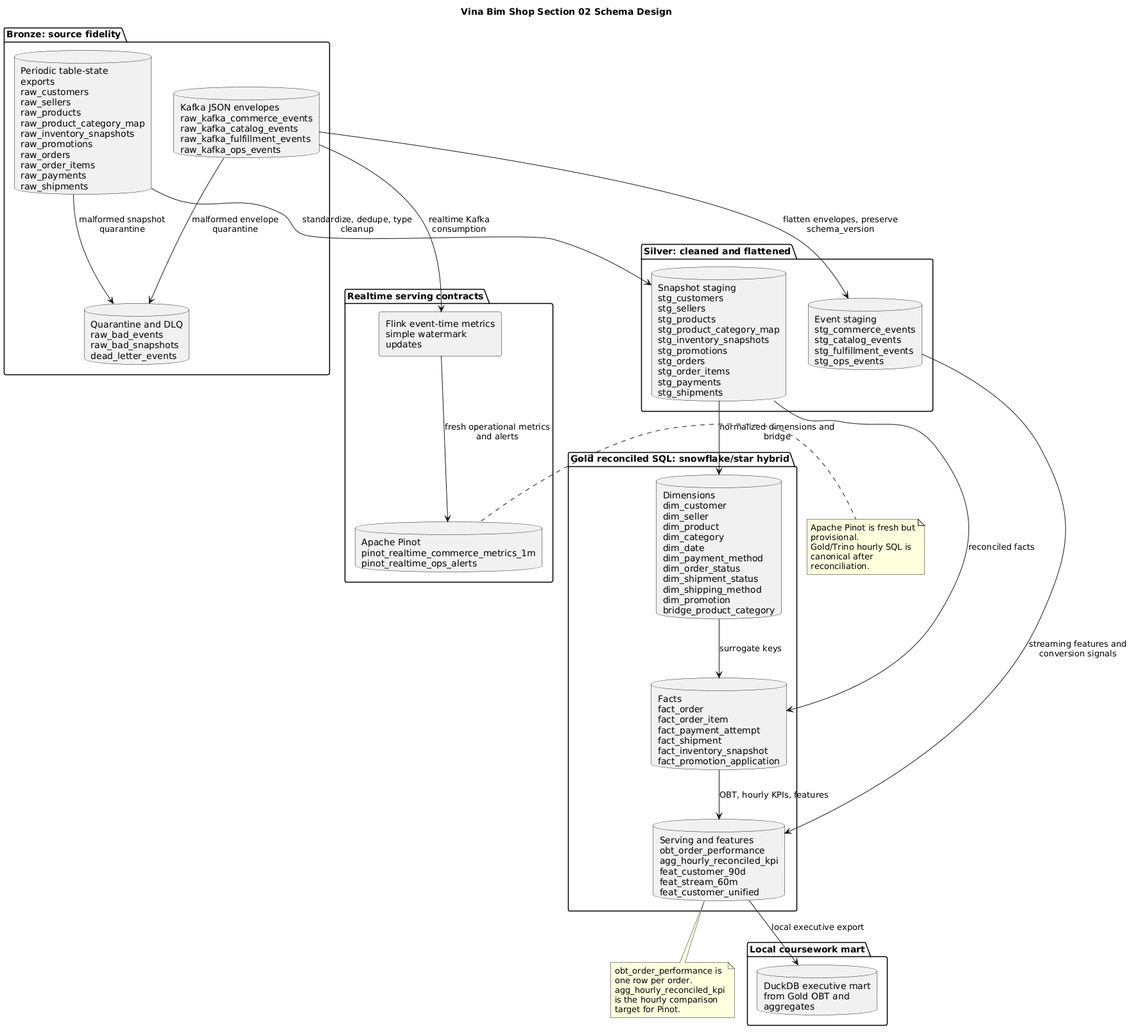
hhoangdo/ecom-data-platform keeps this PlantUML diagram as evidence/02_schema_design/screenshots/schema_design.png. Above is the earlier version. The source it was exported from:
```plantuml
@startuml
title Vina Bim Shop Section 02 Schema Design

skinparam componentStyle rectangle
skinparam shadowing false
skinparam wrapWidth 180

package "Bronze: source fidelity" as Bronze {
  database "Periodic table-state exports\nraw_customers\nraw_sellers\nraw_products\nraw_product_category_map\nraw_inventory_snapshots\nraw_promotions\nraw_orders\nraw_order_items\nraw_payments\nraw_shipments" as RawSnapshots
  database "Kafka JSON envelopes\nraw_kafka_commerce_events\nraw_kafka_catalog_events\nraw_kafka_fulfillment_events\nraw_kafka_ops_events" as RawEvents
  database "Quarantine and DLQ\nraw_bad_events\nraw_bad_snapshots\ndead_letter_events" as RawBad
}

package "Silver: cleaned and flattened" as Silver {
  database "Snapshot staging\nstg_customers\nstg_sellers\nstg_products\nstg_product_category_map\nstg_inventory_snapshots\nstg_promotions\nstg_orders\nstg_order_items\nstg_payments\nstg_shipments" as StgSnapshots
  database "Event staging\nstg_commerce_events\nstg_catalog_events\nstg_fulfillment_events\nstg_ops_events" as StgEvents
}

package "Gold reconciled SQL: snowflake/star hybrid" as Gold {
  database "Dimensions\ndim_customer\ndim_seller\ndim_product\ndim_category\ndim_date\ndim_payment_method\ndim_order_status\ndim_shipment_status\ndim_shipping_method\ndim_promotion\nbridge_product_category" as Dims
  database "Facts\nfact_order\nfact_order_item\nfact_payment_attempt\nfact_shipment\nfact_inventory_snapshot\nfact_promotion_application" as Facts
  database "Serving and features\nobt_order_performance\nagg_hourly_reconciled_kpi\nfeat_customer_90d\nfeat_stream_60m\nfeat_customer_unified" as Serving
}

package "Realtime serving contracts" as Realtime {
  component "Flink event-time metrics\nsimple watermark updates" as FlinkMetrics
  database "Apache Pinot\npinot_realtime_commerce_metrics_1m\npinot_realtime_ops_alerts" as Pinot
}

package "Local coursework mart" as Local {
  database "DuckDB executive mart\nfrom Gold OBT and aggregates" as DuckDB
}

RawSnapshots --> StgSnapshots : standardize, dedupe, type cleanup
RawEvents --> StgEvents : flatten envelopes, preserve schema_version
RawEvents --> RawBad : malformed envelope quarantine
RawSnapshots --> RawBad : malformed snapshot quarantine

StgSnapshots --> Dims : normalized dimensions and bridge
StgSnapshots --> Facts : reconciled facts
StgEvents --> Serving : streaming features and conversion signals
Dims --> Facts : surrogate keys
Facts --> Serving : OBT, hourly KPIs, features

RawEvents --> FlinkMetrics : realtime Kafka consumption
FlinkMetrics --> Pinot : fresh operational metrics and alerts
Serving --> DuckDB : local executive export

note right of Pinot
Apache Pinot is fresh but provisional.
Gold/Trino hourly SQL is canonical after reconciliation.
end note

note bottom of Serving
obt_order_performance is one row per order.
agg_hourly_reconciled_kpi is the hourly comparison target for Pinot.
end note
@enduml
```
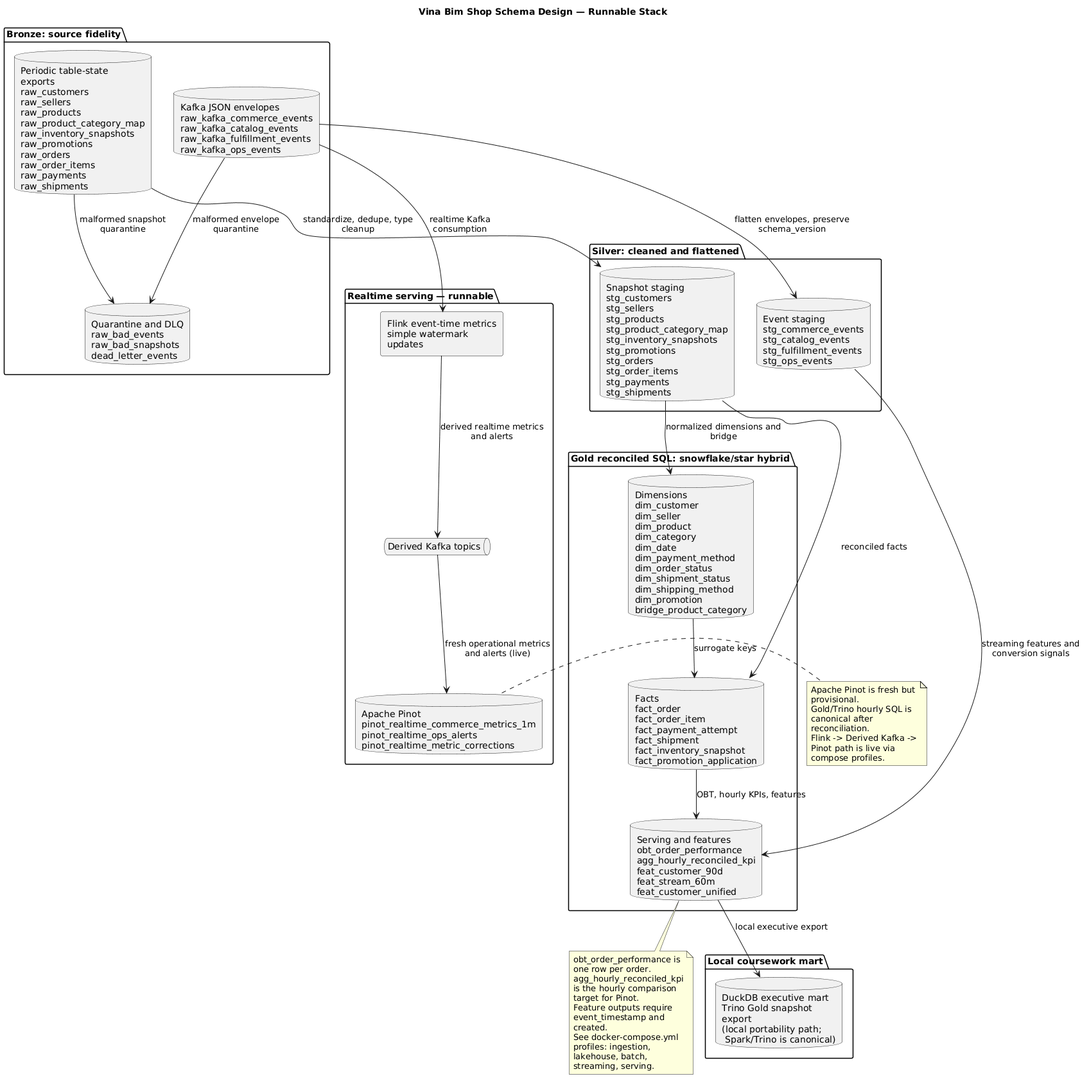
After the change.

The edit, as a diff of the source:
```diff
@@ -1,5 +1,5 @@
 @startuml
-title Vina Bim Shop Section 02 Schema Design
+title Vina Bim Shop Schema Design — Runnable Stack
 
 skinparam componentStyle rectangle
 skinparam shadowing false
@@ -22,13 +22,14 @@
   database "Serving and features\nobt_order_performance\nagg_hourly_reconciled_kpi\nfeat_customer_90d\nfeat_stream_60m\nfeat_customer_unified" as Serving
 }
 
-package "Realtime serving contracts" as Realtime {
+package "Realtime serving — runnable" as Realtime {
   component "Flink event-time metrics\nsimple watermark updates" as FlinkMetrics
-  database "Apache Pinot\npinot_realtime_commerce_metrics_1m\npinot_realtime_ops_alerts" as Pinot
+  queue "Derived Kafka topics" as DerivedKafka
+  database "Apache Pinot\npinot_realtime_commerce_metrics_1m\npinot_realtime_ops_alerts\npinot_realtime_metric_corrections" as Pinot
 }
 
 package "Local coursework mart" as Local {
-  database "DuckDB executive mart\nfrom Gold OBT and aggregates" as DuckDB
+  database "DuckDB executive mart\nTrino Gold snapshot export\n(local portability path;\n Spark/Trino is canonical)" as DuckDB
 }
 
 RawSnapshots --> StgSnapshots : standardize, dedupe, type cleanup
@@ -43,16 +44,20 @@
 Facts --> Serving : OBT, hourly KPIs, features
 
 RawEvents --> FlinkMetrics : realtime Kafka consumption
-FlinkMetrics --> Pinot : fresh operational metrics and alerts
+FlinkMetrics --> DerivedKafka : derived realtime metrics and alerts
+DerivedKafka --> Pinot : fresh operational metrics and alerts (live)
 Serving --> DuckDB : local executive export
 
 note right of Pinot
 Apache Pinot is fresh but provisional.
 Gold/Trino hourly SQL is canonical after reconciliation.
+Flink -> Derived Kafka -> Pinot path is live via compose profiles.
 end note
 
 note bottom of Serving
 obt_order_performance is one row per order.
 agg_hourly_reconciled_kpi is the hourly comparison target for Pinot.
+Feature outputs require event_timestamp and created.
+See docker-compose.yml profiles: ingestion, lakehouse, batch, streaming, serving.
 end note
 @enduml
```
